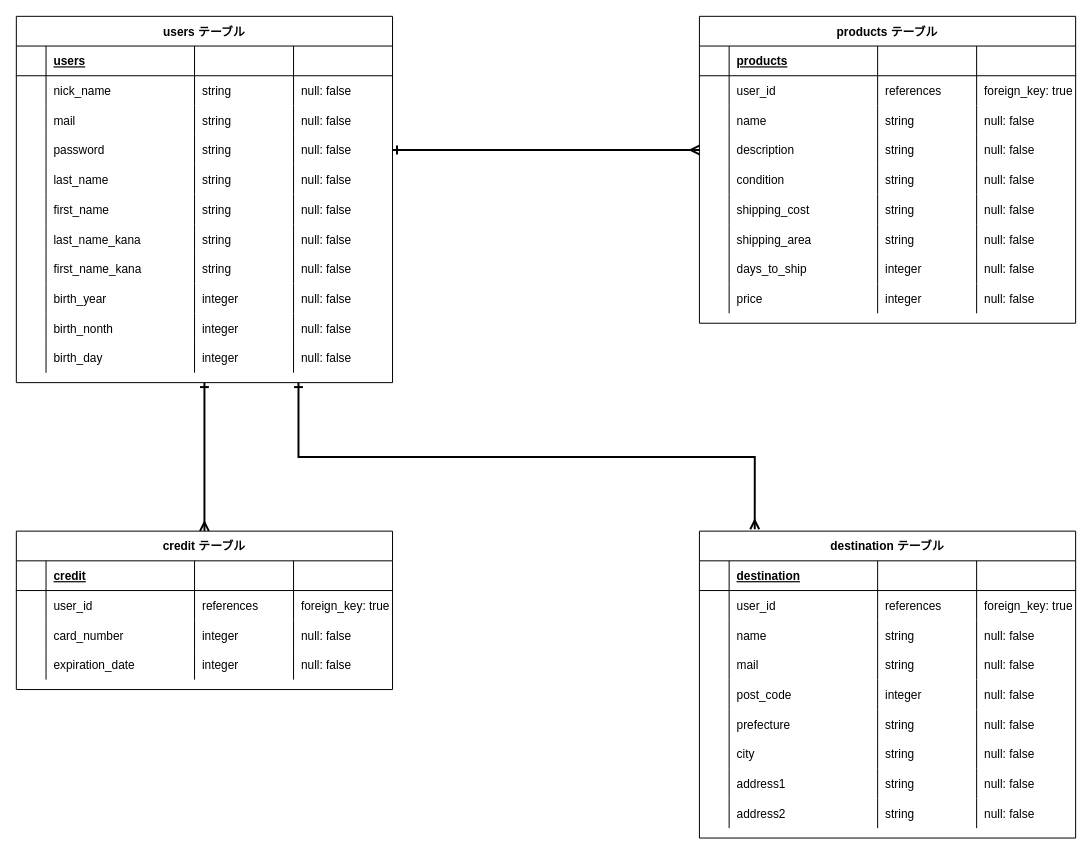
kaleid-eminA/furima-35846 keeps this draw.io diagram as ER.dio. Above is the earlier version. Source tidied: cells renumbered, new cells numbered last; positions are measured from the earlier drawing's top-left corner, leaving out a move shared by most shapes. Both pictures are drawn from the tidied source at 99%, with x=0, y=0 at pixel (16, 16).
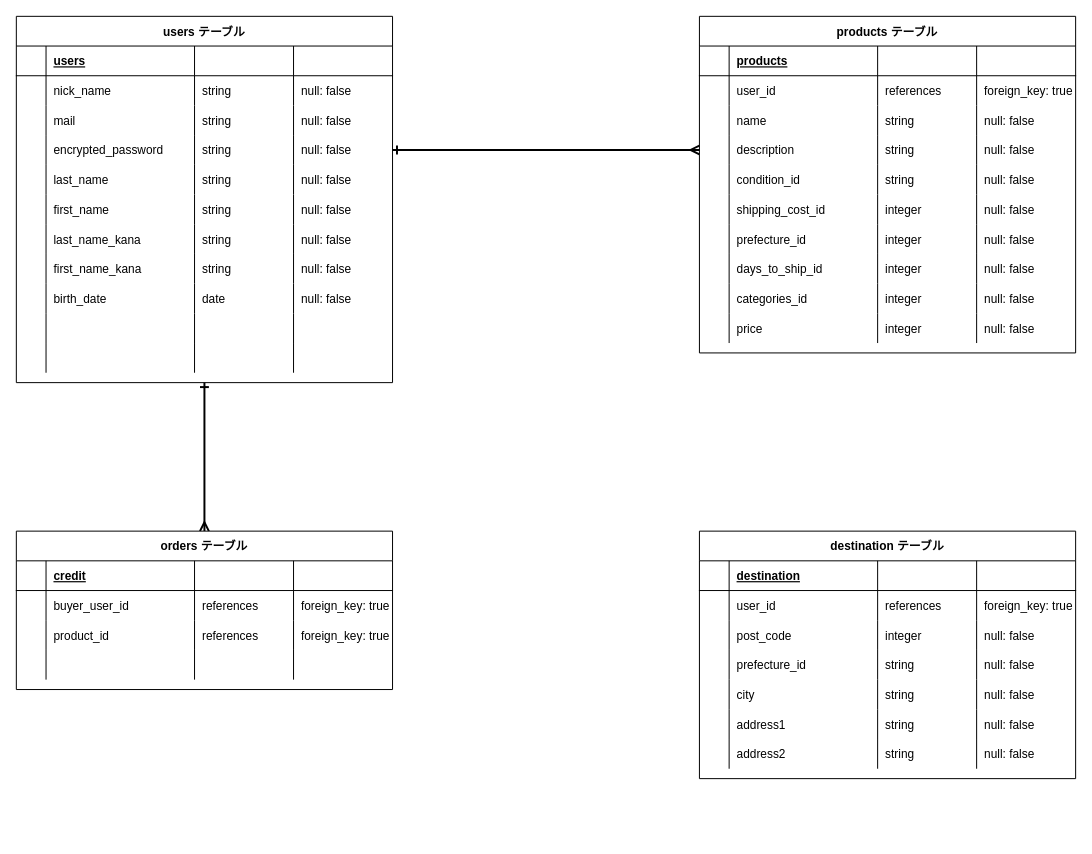
After the change.

Commit message (it also covers changes not shown here):
データベース設計 修正１

Unchanged cells that the change refers to:
```xml
<mxCell id="4" value="users テーブル" style="shape=table;startSize=30;childLayout=tableLayout;rowLines=0;fontStyle=1;align=center;" parent="1" vertex="1">
  <mxGeometry width="380" height="370" as="geometry" />
</mxCell>
<mxCell id="20" style="shape=partialRectangle;fillColor=none;top=0;left=0;bottom=0;right=0;points=[[0,0.5],[1,0.5]];portConstraint=eastwest;" parent="4" vertex="1">
  <mxGeometry y="120" width="380" height="30" as="geometry" />
</mxCell>
<mxCell id="45" style="shape=partialRectangle;fillColor=none;top=0;left=0;bottom=0;right=0;" parent="4" vertex="1">
  <mxGeometry y="270" width="380" height="30" as="geometry" />
</mxCell>
<mxCell id="50" style="shape=partialRectangle;fillColor=none;top=0;left=0;bottom=0;right=0;" parent="4" vertex="1">
  <mxGeometry y="300" width="380" height="30" as="geometry" />
</mxCell>
<mxCell id="55" style="shape=partialRectangle;fillColor=none;top=0;left=0;bottom=0;right=0;" parent="4" vertex="1">
  <mxGeometry y="330" width="380" height="30" as="geometry" />
</mxCell>
<mxCell id="81" style="shape=partialRectangle;fillColor=none;top=0;left=0;bottom=0;right=0;" parent="60" vertex="1">
  <mxGeometry y="150" width="380" height="30" as="geometry" />
</mxCell>
<mxCell id="86" style="shape=partialRectangle;fillColor=none;top=0;left=0;bottom=0;right=0;" parent="60" vertex="1">
  <mxGeometry y="180" width="380" height="30" as="geometry" />
</mxCell>
<mxCell id="91" style="shape=partialRectangle;fillColor=none;top=0;left=0;bottom=0;right=0;" parent="60" vertex="1">
  <mxGeometry y="210" width="380" height="30" as="geometry" />
</mxCell>
<mxCell id="96" style="shape=partialRectangle;fillColor=none;top=0;left=0;bottom=0;right=0;" parent="60" vertex="1">
  <mxGeometry y="240" width="380" height="30" as="geometry" />
</mxCell>
<mxCell id="158" style="shape=partialRectangle;fillColor=none;top=0;left=0;bottom=0;right=0;" parent="152" vertex="1">
  <mxGeometry y="60" width="380" height="30" as="geometry" />
</mxCell>
<mxCell id="163" style="shape=partialRectangle;fillColor=none;top=0;left=0;bottom=0;right=0;" parent="152" vertex="1">
  <mxGeometry y="90" width="380" height="30" as="geometry" />
</mxCell>
<mxCell id="168" style="shape=partialRectangle;fillColor=none;top=0;left=0;bottom=0;right=0;" parent="152" vertex="1">
  <mxGeometry y="120" width="380" height="30" as="geometry" />
</mxCell>
```

Diff of the diagram source:
```diff
@@
-    <mxCell id="3" style="edgeStyle=orthogonalEdgeStyle;rounded=0;jettySize=auto;html=1;exitX=0.75;exitY=1;exitDx=0;exitDy=0;entryX=0.147;entryY=-0.006;entryDx=0;entryDy=0;entryPerimeter=0;startArrow=ERone;startFill=0;endArrow=ERmany;endFill=0;strokeWidth=2;fontColor=#f0f0f0;" parent="1" edge="1" source="4" target="106">
-      <mxGeometry relative="1" as="geometry" />
-    </mxCell>
@@
-    <mxCell id="22" value="password" style="shape=partialRectangle;fillColor=none;top=0;left=0;bottom=0;right=0;align=left;spacingLeft=6;overflow=hidden;" parent="20" vertex="1">
+    <mxCell id="22" value="encrypted_password" style="shape=partialRectangle;fillColor=none;top=0;left=0;bottom=0;right=0;align=left;spacingLeft=6;overflow=hidden;" parent="20" vertex="1">
       <mxGeometry x="30" width="150" height="30" as="geometry" />
     </mxCell>
@@
-    <mxCell id="47" value="birth_year" style="shape=partialRectangle;fillColor=none;top=0;left=0;bottom=0;right=0;align=left;spacingLeft=6;overflow=hidden;" parent="45" vertex="1">
+    <mxCell id="47" value="birth_date" style="shape=partialRectangle;fillColor=none;top=0;left=0;bottom=0;right=0;align=left;spacingLeft=6;overflow=hidden;" parent="45" vertex="1">
       <mxGeometry x="30" width="150" height="30" as="geometry" />
     </mxCell>
-    <mxCell id="48" value="integer" style="shape=partialRectangle;fillColor=none;top=0;left=0;bottom=0;right=0;align=left;spacingLeft=6;overflow=hidden;" parent="45" vertex="1">
+    <mxCell id="48" value="date" style="shape=partialRectangle;fillColor=none;top=0;left=0;bottom=0;right=0;align=left;spacingLeft=6;overflow=hidden;" parent="45" vertex="1">
       <mxGeometry x="180" width="100" height="30" as="geometry" />
     </mxCell>
@@
-    <mxCell id="52" value="birth_nonth" style="shape=partialRectangle;fillColor=none;top=0;left=0;bottom=0;right=0;align=left;spacingLeft=6;overflow=hidden;" parent="50" vertex="1">
+    <mxCell id="52" style="shape=partialRectangle;fillColor=none;top=0;left=0;bottom=0;right=0;align=left;spacingLeft=6;overflow=hidden;" parent="50" vertex="1">
       <mxGeometry x="30" width="150" height="30" as="geometry" />
     </mxCell>
-    <mxCell id="53" value="integer" style="shape=partialRectangle;fillColor=none;top=0;left=0;bottom=0;right=0;align=left;spacingLeft=6;overflow=hidden;" parent="50" vertex="1">
+    <mxCell id="53" style="shape=partialRectangle;fillColor=none;top=0;left=0;bottom=0;right=0;align=left;spacingLeft=6;overflow=hidden;" parent="50" vertex="1">
       <mxGeometry x="180" width="100" height="30" as="geometry" />
     </mxCell>
-    <mxCell id="54" value="null: false" style="shape=partialRectangle;fillColor=none;top=0;left=0;bottom=0;right=0;align=left;spacingLeft=6;overflow=hidden;" parent="50" vertex="1">
+    <mxCell id="54" style="shape=partialRectangle;fillColor=none;top=0;left=0;bottom=0;right=0;align=left;spacingLeft=6;overflow=hidden;" parent="50" vertex="1">
       <mxGeometry x="280" width="100" height="30" as="geometry" />
     </mxCell>
@@
-    <mxCell id="57" value="birth_day" style="shape=partialRectangle;fillColor=none;top=0;left=0;bottom=0;right=0;align=left;spacingLeft=6;overflow=hidden;labelBorderColor=none;" parent="55" vertex="1">
+    <mxCell id="57" style="shape=partialRectangle;fillColor=none;top=0;left=0;bottom=0;right=0;align=left;spacingLeft=6;overflow=hidden;labelBorderColor=none;" parent="55" vertex="1">
       <mxGeometry x="30" width="150" height="30" as="geometry" />
     </mxCell>
-    <mxCell id="58" value="integer" style="shape=partialRectangle;fillColor=none;top=0;left=0;bottom=0;right=0;align=left;spacingLeft=6;overflow=hidden;" parent="55" vertex="1">
+    <mxCell id="58" style="shape=partialRectangle;fillColor=none;top=0;left=0;bottom=0;right=0;align=left;spacingLeft=6;overflow=hidden;" parent="55" vertex="1">
       <mxGeometry x="180" width="100" height="30" as="geometry" />
     </mxCell>
-    <mxCell id="59" value="null: false" style="shape=partialRectangle;fillColor=none;top=0;left=0;bottom=0;right=0;align=left;spacingLeft=6;overflow=hidden;" parent="55" vertex="1">
+    <mxCell id="59" style="shape=partialRectangle;fillColor=none;top=0;left=0;bottom=0;right=0;align=left;spacingLeft=6;overflow=hidden;" parent="55" vertex="1">
       <mxGeometry x="280" width="100" height="30" as="geometry" />
     </mxCell>
     <mxCell id="60" value="products テーブル" style="shape=table;startSize=30;childLayout=tableLayout;rowLines=0;fontStyle=1;align=center;swimlaneFillColor=none;fillColor=none;perimeterSpacing=0;" parent="1" vertex="1">
-      <mxGeometry x="690" width="380" height="310" as="geometry" />
+      <mxGeometry x="690" width="380" height="340" as="geometry" />
     </mxCell>
@@
-    <mxCell id="83" value="condition" style="shape=partialRectangle;top=0;left=0;bottom=0;right=0;align=left;spacingLeft=6;overflow=hidden;labelBackgroundColor=none;fillColor=none;" parent="81" vertex="1">
+    <mxCell id="83" value="condition_id" style="shape=partialRectangle;top=0;left=0;bottom=0;right=0;align=left;spacingLeft=6;overflow=hidden;labelBackgroundColor=none;fillColor=none;" parent="81" vertex="1">
       <mxGeometry x="30" width="150" height="30" as="geometry" />
     </mxCell>
@@
-    <mxCell id="88" value="shipping_cost" style="shape=partialRectangle;fillColor=none;top=0;left=0;bottom=0;right=0;align=left;spacingLeft=6;overflow=hidden;" parent="86" vertex="1">
+    <mxCell id="88" value="shipping_cost_id" style="shape=partialRectangle;fillColor=none;top=0;left=0;bottom=0;right=0;align=left;spacingLeft=6;overflow=hidden;" parent="86" vertex="1">
       <mxGeometry x="30" width="150" height="30" as="geometry" />
     </mxCell>
-    <mxCell id="89" value="string" style="shape=partialRectangle;fillColor=none;top=0;left=0;bottom=0;right=0;align=left;spacingLeft=6;overflow=hidden;" parent="86" vertex="1">
+    <mxCell id="89" value="integer" style="shape=partialRectangle;fillColor=none;top=0;left=0;bottom=0;right=0;align=left;spacingLeft=6;overflow=hidden;" parent="86" vertex="1">
       <mxGeometry x="180" width="100" height="30" as="geometry" />
     </mxCell>
@@
-    <mxCell id="93" value="shipping_area" style="shape=partialRectangle;fillColor=none;top=0;left=0;bottom=0;right=0;align=left;spacingLeft=6;overflow=hidden;" parent="91" vertex="1">
+    <mxCell id="93" value="prefecture_id" style="shape=partialRectangle;fillColor=none;top=0;left=0;bottom=0;right=0;align=left;spacingLeft=6;overflow=hidden;" parent="91" vertex="1">
       <mxGeometry x="30" width="150" height="30" as="geometry" />
     </mxCell>
-    <mxCell id="94" value="string" style="shape=partialRectangle;fillColor=none;top=0;left=0;bottom=0;right=0;align=left;spacingLeft=6;overflow=hidden;" parent="91" vertex="1">
+    <mxCell id="94" value="integer" style="shape=partialRectangle;fillColor=none;top=0;left=0;bottom=0;right=0;align=left;spacingLeft=6;overflow=hidden;" parent="91" vertex="1">
       <mxGeometry x="180" width="100" height="30" as="geometry" />
     </mxCell>
@@
-    <mxCell id="98" value="days_to_ship" style="shape=partialRectangle;fillColor=none;top=0;left=0;bottom=0;right=0;align=left;spacingLeft=6;overflow=hidden;" parent="96" vertex="1">
+    <mxCell id="98" value="days_to_ship_id" style="shape=partialRectangle;fillColor=none;top=0;left=0;bottom=0;right=0;align=left;spacingLeft=6;overflow=hidden;" parent="96" vertex="1">
       <mxGeometry x="30" width="150" height="30" as="geometry" />
     </mxCell>
@@
+    <mxCell id="174" style="shape=partialRectangle;fillColor=none;top=0;left=0;bottom=0;right=0;" parent="60" vertex="1">
+      <mxGeometry y="270" width="380" height="30" as="geometry" />
+    </mxCell>
+    <mxCell id="175" style="shape=partialRectangle;fillColor=none;top=0;left=0;bottom=0;right=0;overflow=hidden;" parent="174" vertex="1">
+      <mxGeometry width="30" height="30" as="geometry" />
+    </mxCell>
+    <mxCell id="176" value="categories_id" style="shape=partialRectangle;fillColor=none;top=0;left=0;bottom=0;right=0;align=left;spacingLeft=6;overflow=hidden;" parent="174" vertex="1">
+      <mxGeometry x="30" width="150" height="30" as="geometry" />
+    </mxCell>
+    <mxCell id="177" value="integer" style="shape=partialRectangle;fillColor=none;top=0;left=0;bottom=0;right=0;align=left;spacingLeft=6;overflow=hidden;" parent="174" vertex="1">
+      <mxGeometry x="180" width="100" height="30" as="geometry" />
+    </mxCell>
+    <mxCell id="178" value="null: false" style="shape=partialRectangle;fillColor=none;top=0;left=0;bottom=0;right=0;align=left;spacingLeft=6;overflow=hidden;" parent="174" vertex="1">
+      <mxGeometry x="280" width="100" height="30" as="geometry" />
+    </mxCell>
     <mxCell id="101" style="shape=partialRectangle;fillColor=none;top=0;left=0;bottom=0;right=0;" parent="60" vertex="1">
-      <mxGeometry y="270" width="380" height="30" as="geometry" />
+      <mxGeometry y="300" width="380" height="30" as="geometry" />
     </mxCell>
@@
     <mxCell id="106" value="destination テーブル" style="shape=table;startSize=30;childLayout=tableLayout;rowLines=0;fontStyle=1;align=center;" parent="1" vertex="1">
-      <mxGeometry x="690" y="520" width="380" height="310" as="geometry" />
+      <mxGeometry x="690" y="520" width="380" height="250" as="geometry" />
     </mxCell>
@@
-    <mxCell id="117" style="shape=partialRectangle;fillColor=none;top=0;left=0;bottom=0;right=0;" parent="106" vertex="1">
-      <mxGeometry y="90" width="380" height="30" as="geometry" />
-    </mxCell>
-    <mxCell id="118" style="shape=partialRectangle;fillColor=none;top=0;left=0;bottom=0;right=0;overflow=hidden;" parent="117" vertex="1">
-      <mxGeometry width="30" height="30" as="geometry" />
-    </mxCell>
-    <mxCell id="119" value="name" style="shape=partialRectangle;fillColor=none;top=0;left=0;bottom=0;right=0;align=left;spacingLeft=6;overflow=hidden;" parent="117" vertex="1">
-      <mxGeometry x="30" width="150" height="30" as="geometry" />
-    </mxCell>
-    <mxCell id="120" value="string" style="shape=partialRectangle;fillColor=none;top=0;left=0;bottom=0;right=0;align=left;spacingLeft=6;overflow=hidden;" parent="117" vertex="1">
-      <mxGeometry x="180" width="100" height="30" as="geometry" />
-    </mxCell>
-    <mxCell id="121" value="null: false" style="shape=partialRectangle;fillColor=none;top=0;left=0;bottom=0;right=0;align=left;spacingLeft=6;overflow=hidden;" parent="117" vertex="1">
-      <mxGeometry x="280" width="100" height="30" as="geometry" />
-    </mxCell>
-    <mxCell id="122" style="shape=partialRectangle;fillColor=none;top=0;left=0;bottom=0;right=0;" parent="106" vertex="1">
-      <mxGeometry y="120" width="380" height="30" as="geometry" />
-    </mxCell>
-    <mxCell id="123" style="shape=partialRectangle;fillColor=none;top=0;left=0;bottom=0;right=0;overflow=hidden;" parent="122" vertex="1">
-      <mxGeometry width="30" height="30" as="geometry" />
-    </mxCell>
-    <mxCell id="124" value="mail" style="shape=partialRectangle;fillColor=none;top=0;left=0;bottom=0;right=0;align=left;spacingLeft=6;overflow=hidden;" parent="122" vertex="1">
-      <mxGeometry x="30" width="150" height="30" as="geometry" />
-    </mxCell>
-    <mxCell id="125" value="string" style="shape=partialRectangle;fillColor=none;top=0;left=0;bottom=0;right=0;align=left;spacingLeft=6;overflow=hidden;" parent="122" vertex="1">
-      <mxGeometry x="180" width="100" height="30" as="geometry" />
-    </mxCell>
-    <mxCell id="126" value="null: false" style="shape=partialRectangle;fillColor=none;top=0;left=0;bottom=0;right=0;align=left;spacingLeft=6;overflow=hidden;" parent="122" vertex="1">
-      <mxGeometry x="280" width="100" height="30" as="geometry" />
-    </mxCell>
     <mxCell id="127" style="shape=partialRectangle;fillColor=none;top=0;left=0;bottom=0;right=0;" parent="106" vertex="1">
-      <mxGeometry y="150" width="380" height="30" as="geometry" />
+      <mxGeometry y="90" width="380" height="30" as="geometry" />
     </mxCell>
@@
     <mxCell id="132" style="shape=partialRectangle;fillColor=none;top=0;left=0;bottom=0;right=0;" parent="106" vertex="1">
-      <mxGeometry y="180" width="380" height="30" as="geometry" />
+      <mxGeometry y="120" width="380" height="30" as="geometry" />
     </mxCell>
@@
-    <mxCell id="134" value="prefecture" style="shape=partialRectangle;fillColor=none;top=0;left=0;bottom=0;right=0;align=left;spacingLeft=6;overflow=hidden;" parent="132" vertex="1">
+    <mxCell id="134" value="prefecture_id" style="shape=partialRectangle;fillColor=none;top=0;left=0;bottom=0;right=0;align=left;spacingLeft=6;overflow=hidden;" parent="132" vertex="1">
       <mxGeometry x="30" width="150" height="30" as="geometry" />
     </mxCell>
@@
     <mxCell id="137" style="shape=partialRectangle;fillColor=none;top=0;left=0;bottom=0;right=0;" parent="106" vertex="1">
-      <mxGeometry y="210" width="380" height="30" as="geometry" />
+      <mxGeometry y="150" width="380" height="30" as="geometry" />
     </mxCell>
@@
     <mxCell id="142" style="shape=partialRectangle;fillColor=none;top=0;left=0;bottom=0;right=0;" parent="106" vertex="1">
-      <mxGeometry y="240" width="380" height="30" as="geometry" />
+      <mxGeometry y="180" width="380" height="30" as="geometry" />
     </mxCell>
@@
     <mxCell id="147" style="shape=partialRectangle;fillColor=none;top=0;left=0;bottom=0;right=0;" parent="106" vertex="1">
-      <mxGeometry y="270" width="380" height="30" as="geometry" />
+      <mxGeometry y="210" width="380" height="30" as="geometry" />
     </mxCell>
@@
-    <mxCell id="152" value="credit テーブル" style="shape=table;startSize=30;childLayout=tableLayout;rowLines=0;fontStyle=1;align=center;" parent="1" vertex="1">
+    <mxCell id="152" value="orders テーブル" style="shape=table;startSize=30;childLayout=tableLayout;rowLines=0;fontStyle=1;align=center;" parent="1" vertex="1">
       <mxGeometry y="520" width="380" height="160" as="geometry" />
     </mxCell>
@@
-    <mxCell id="160" value="user_id" style="shape=partialRectangle;fillColor=none;top=0;left=0;bottom=0;right=0;align=left;spacingLeft=6;overflow=hidden;" parent="158" vertex="1">
+    <mxCell id="160" value="buyer_user_id" style="shape=partialRectangle;fillColor=none;top=0;left=0;bottom=0;right=0;align=left;spacingLeft=6;overflow=hidden;" parent="158" vertex="1">
       <mxGeometry x="30" width="150" height="30" as="geometry" />
     </mxCell>
@@
-    <mxCell id="165" value="card_number" style="shape=partialRectangle;fillColor=none;top=0;left=0;bottom=0;right=0;align=left;spacingLeft=6;overflow=hidden;" parent="163" vertex="1">
+    <mxCell id="165" value="product_id" style="shape=partialRectangle;fillColor=none;top=0;left=0;bottom=0;right=0;align=left;spacingLeft=6;overflow=hidden;" parent="163" vertex="1">
       <mxGeometry x="30" width="150" height="30" as="geometry" />
     </mxCell>
-    <mxCell id="166" value="integer" style="shape=partialRectangle;fillColor=none;top=0;left=0;bottom=0;right=0;align=left;spacingLeft=6;overflow=hidden;" parent="163" vertex="1">
+    <mxCell id="166" value="references" style="shape=partialRectangle;fillColor=none;top=0;left=0;bottom=0;right=0;align=left;spacingLeft=6;overflow=hidden;" parent="163" vertex="1">
       <mxGeometry x="180" width="100" height="30" as="geometry" />
     </mxCell>
-    <mxCell id="167" value="null: false" style="shape=partialRectangle;fillColor=none;top=0;left=0;bottom=0;right=0;align=left;spacingLeft=6;overflow=hidden;" parent="163" vertex="1">
+    <mxCell id="167" value="foreign_key: true" style="shape=partialRectangle;fillColor=none;top=0;left=0;bottom=0;right=0;align=left;spacingLeft=6;overflow=hidden;" parent="163" vertex="1">
       <mxGeometry x="280" width="100" height="30" as="geometry" />
     </mxCell>
@@
-    <mxCell id="170" value="expiration_date" style="shape=partialRectangle;fillColor=none;top=0;left=0;bottom=0;right=0;align=left;spacingLeft=6;overflow=hidden;" parent="168" vertex="1">
+    <mxCell id="170" style="shape=partialRectangle;fillColor=none;top=0;left=0;bottom=0;right=0;align=left;spacingLeft=6;overflow=hidden;" parent="168" vertex="1">
       <mxGeometry x="30" width="150" height="30" as="geometry" />
     </mxCell>
-    <mxCell id="171" value="integer" style="shape=partialRectangle;fillColor=none;top=0;left=0;bottom=0;right=0;align=left;spacingLeft=6;overflow=hidden;" parent="168" vertex="1">
+    <mxCell id="171" style="shape=partialRectangle;fillColor=none;top=0;left=0;bottom=0;right=0;align=left;spacingLeft=6;overflow=hidden;" parent="168" vertex="1">
       <mxGeometry x="180" width="100" height="30" as="geometry" />
     </mxCell>
-    <mxCell id="172" value="null: false" style="shape=partialRectangle;fillColor=none;top=0;left=0;bottom=0;right=0;align=left;spacingLeft=6;overflow=hidden;" parent="168" vertex="1">
+    <mxCell id="172" style="shape=partialRectangle;fillColor=none;top=0;left=0;bottom=0;right=0;align=left;spacingLeft=6;overflow=hidden;" parent="168" vertex="1">
       <mxGeometry x="280" width="100" height="30" as="geometry" />
     </mxCell>
```
